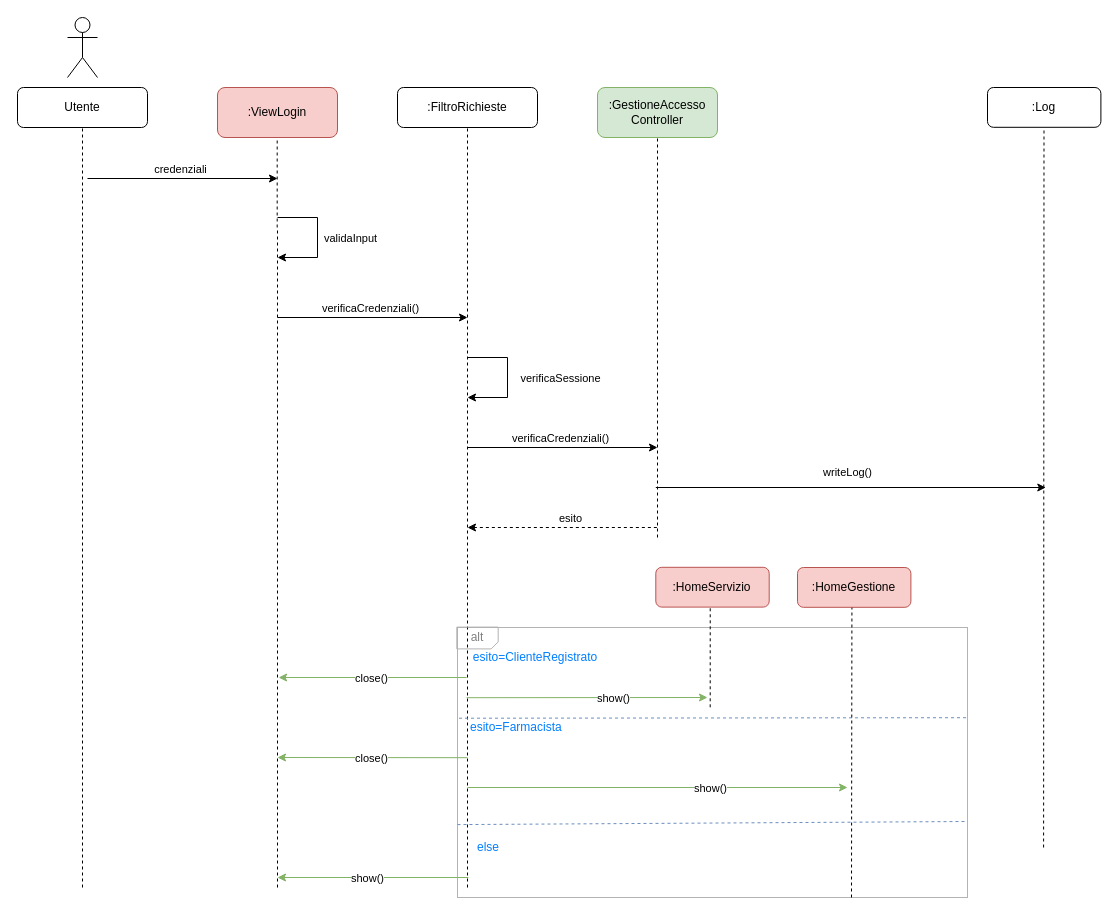
This is page "LoginUtente" (1 of 6) of drawio/Progettazione/Interazione.drawio from lnwor/farmabyte-doc, a draw.io file, before an edit. Source tidied: cells renumbered, new cells numbered last; positions are measured from the earlier drawing's top-left corner, leaving out a move shared by most shapes. Both pictures are drawn from the tidied source at 100%, with x=0, y=0 at pixel (17, 17).
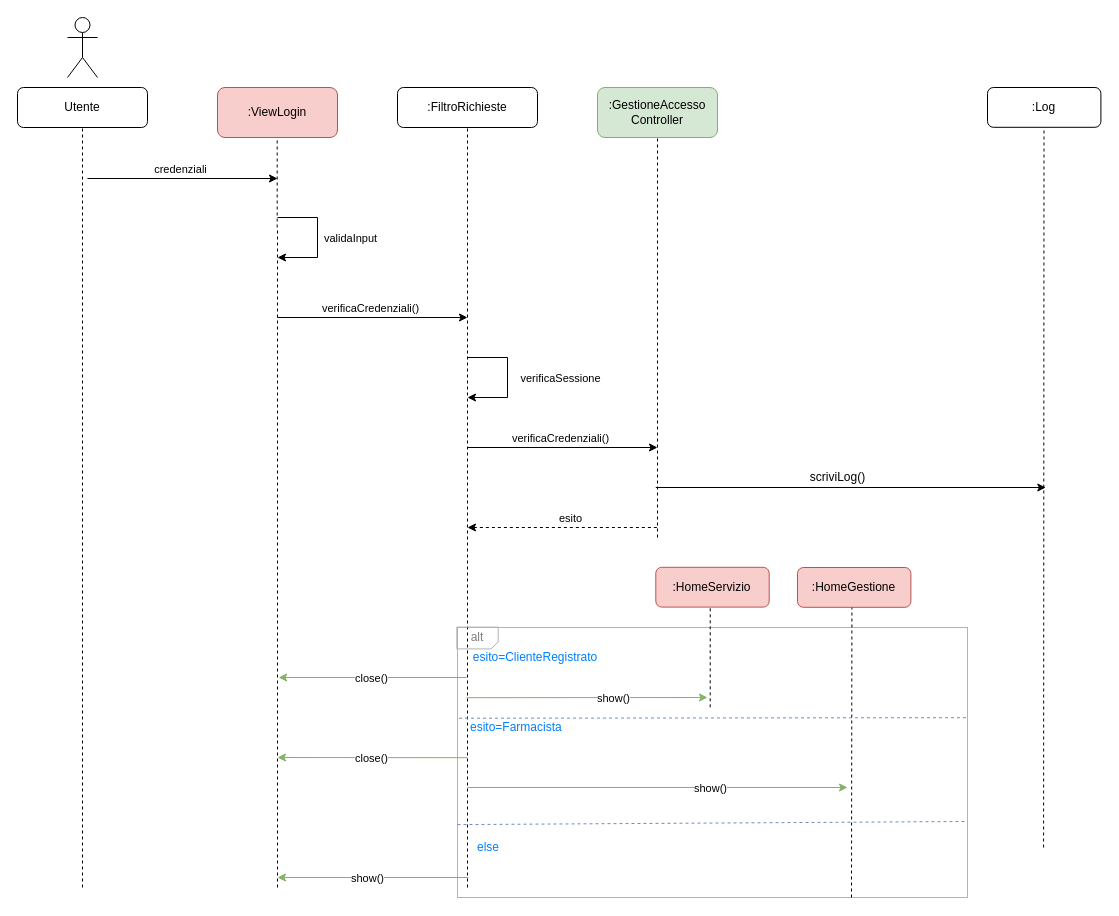
The same page after the edit.

Diff of the diagram source:
```diff
@@
-    <mxCell id="49" value="writeLog()" style="edgeLabel;html=1;align=center;verticalAlign=middle;" parent="1" vertex="1">
-      <mxGeometry x="570" y="510" as="geometry">
-        <mxPoint x="259" y="-56" as="offset" />
-      </mxGeometry>
-    </mxCell>
+    <mxCell id="50" value="scriviLog()" style="text;html=1;align=center;verticalAlign=middle;strokeColor=none;" parent="1" vertex="1">
+      <mxGeometry x="785" y="450" width="70" height="20" as="geometry" />
+    </mxCell>
```
